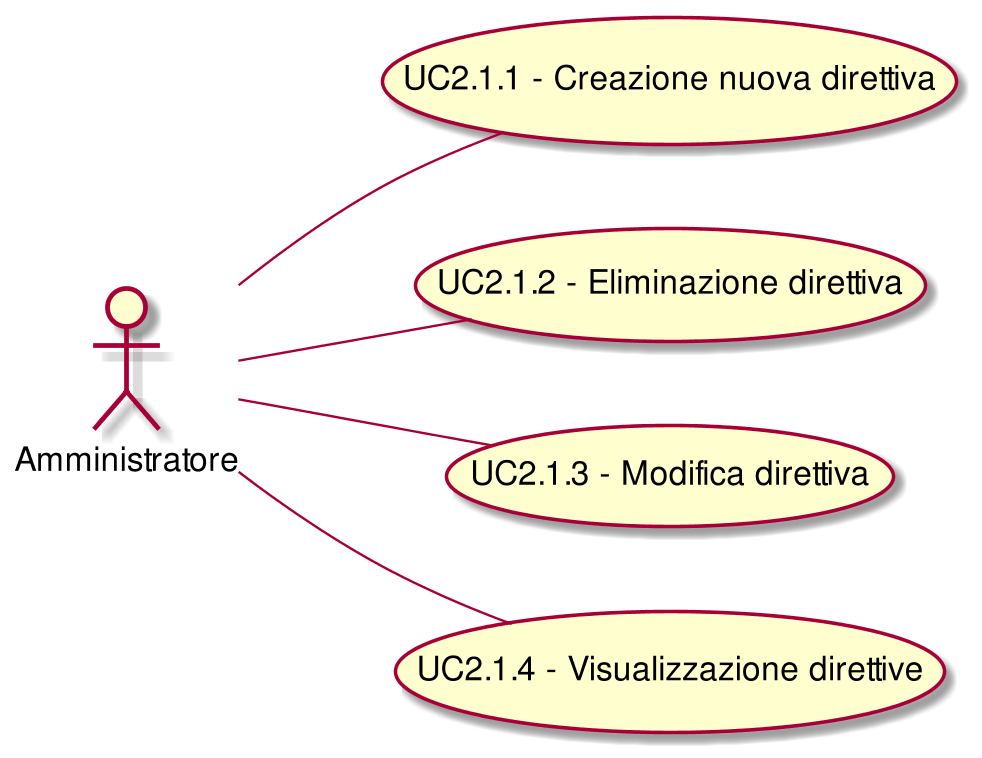
The PlantUML diagram RP/Esterni/AnalisiDeiRequisiti/images/UseCaseUC21.png in CoCodeSWE/Docs, before a commit.
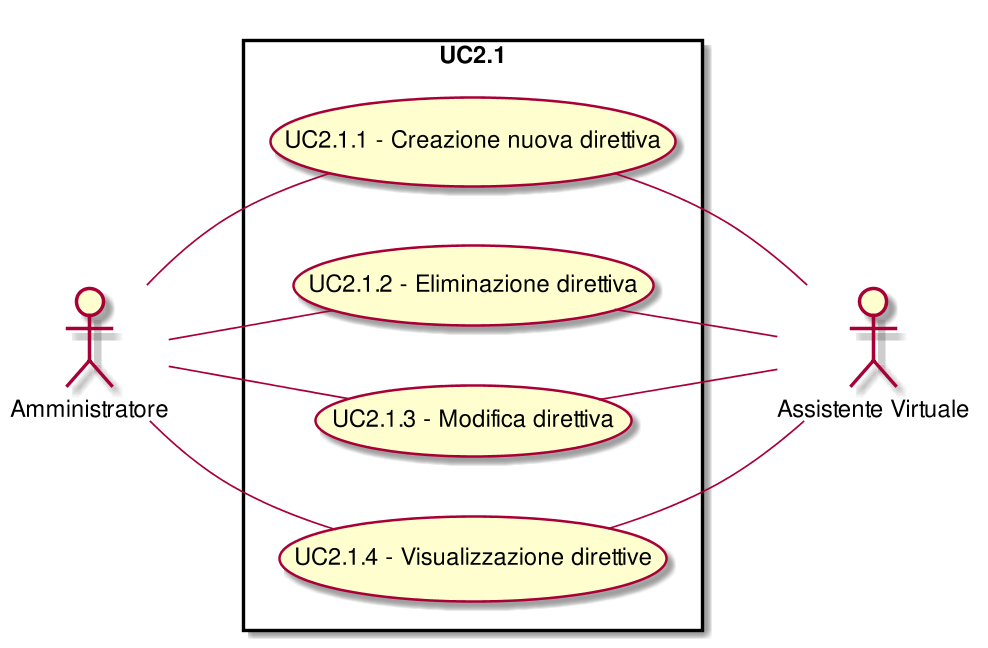
The same diagram one commit later.

What changed in the source:
```diff
@@ -1,12 +1,25 @@
 @startuml
 scale 1000*1000
 left to right direction
+skinparam packageStyle rect
+:Amministratore:
+:Assistente Virtuale:
+rectangle UC2.1{
 ( UC2.1.1 - Creazione nuova direttiva ) as (UC2.1.1)
 :Amministratore:--(UC2.1.1)
+( UC2.1.1 - Creazione nuova direttiva ) as (UC2.1.1)
+(UC2.1.1)--:Assistente Virtuale:
 ( UC2.1.2 - Eliminazione direttiva  ) as (UC2.1.2)
 :Amministratore:--(UC2.1.2)
+( UC2.1.2 - Eliminazione direttiva  ) as (UC2.1.2)
+(UC2.1.2)--:Assistente Virtuale:
 ( UC2.1.3 - Modifica direttiva ) as (UC2.1.3)
 :Amministratore:--(UC2.1.3)
+( UC2.1.3 - Modifica direttiva ) as (UC2.1.3)
+(UC2.1.3)--:Assistente Virtuale:
 ( UC2.1.4 - Visualizzazione direttive  ) as (UC2.1.4)
 :Amministratore:--(UC2.1.4)
+( UC2.1.4 - Visualizzazione direttive  ) as (UC2.1.4)
+(UC2.1.4)--:Assistente Virtuale:
+}
 @enduml
```
